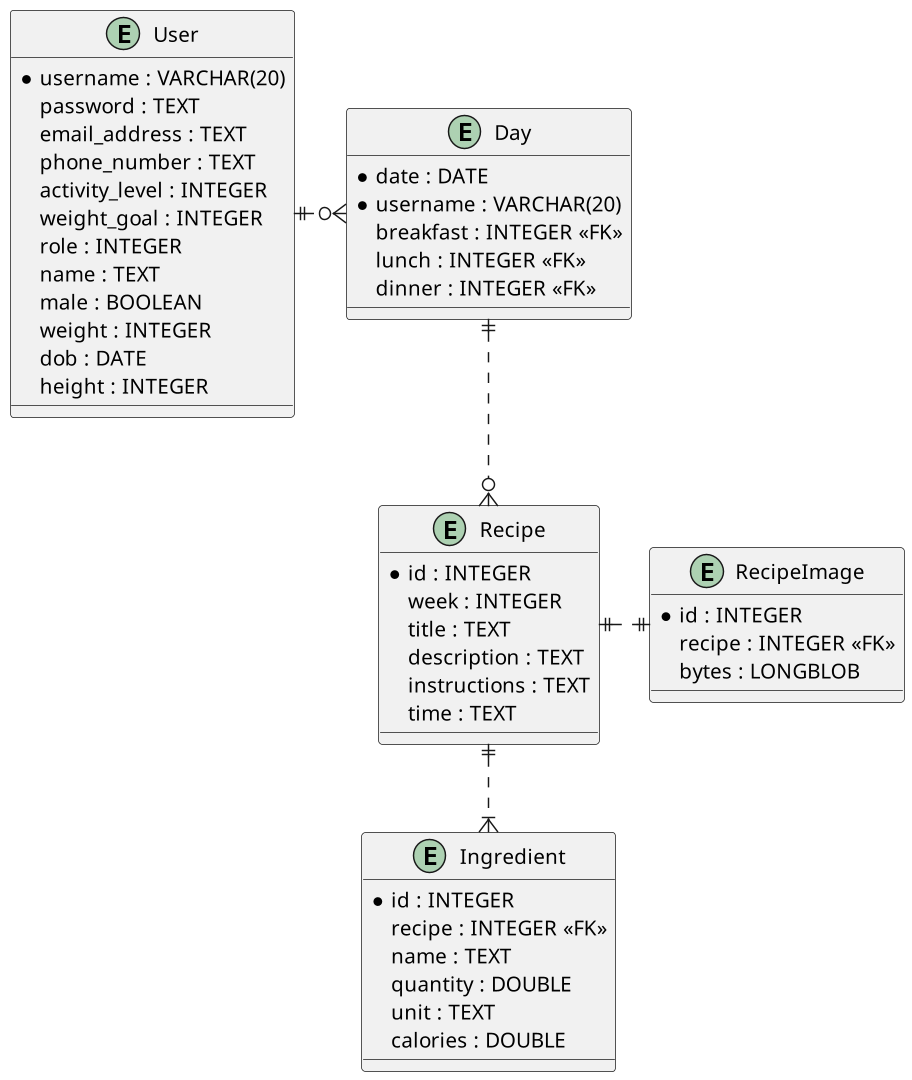
This is diagram/entity-relationship.png from sofush/kostplan, a PlantUML export, as it was before one commit.
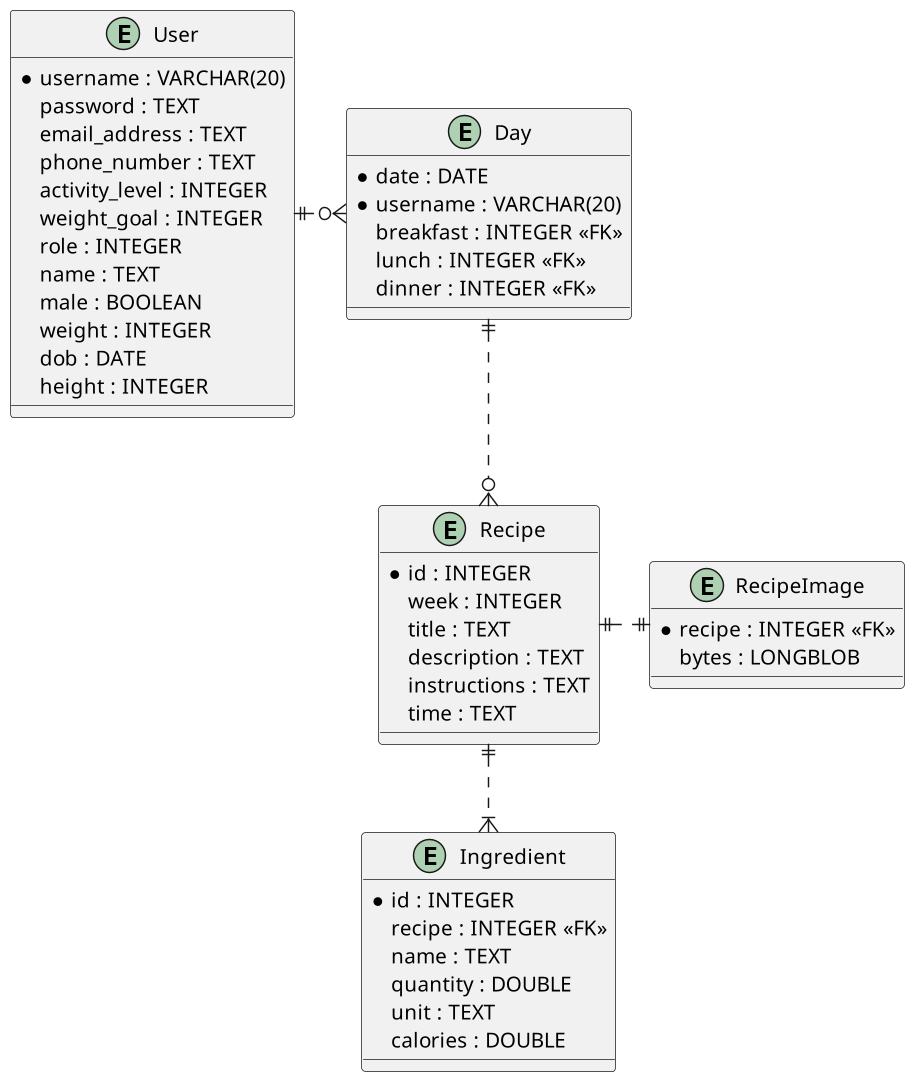
The same diagram one commit later.

What changed in the source:
```diff
@@ -30,8 +30,7 @@
 	time : TEXT
 }
 entity RecipeImage {
-	*id : INTEGER
-	recipe : INTEGER <<FK>>
+	*recipe : INTEGER <<FK>>
 	bytes : LONGBLOB
 }
 entity Ingredient {
```
